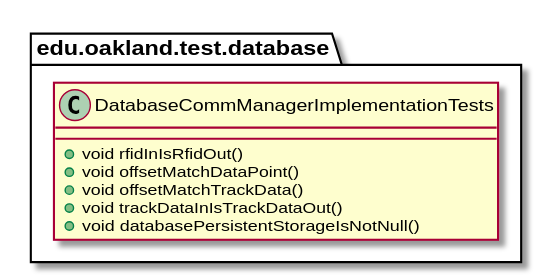
This is docs/uml-class-diagrams/database/test/DatabaseCommManagerImplementationTests/DatabaseCommManagerImplementationTests.svg from andrewdimmer/csi-3370-software-project, a PlantUML export, as it was before one commit. Its diagram source:
```plantuml
@startuml DatabaseCommManagerImplementationTests

package edu.oakland.test.database {
    class DatabaseCommManagerImplementationTests {
        + void rfidInIsRfidOut()
        + void offsetMatchDataPoint()
        + void offsetMatchTrackData()
        + void trackDataInIsTrackDataOut()
        + void databasePersistentStorageIsNotNull()
    }
}

@enduml
```
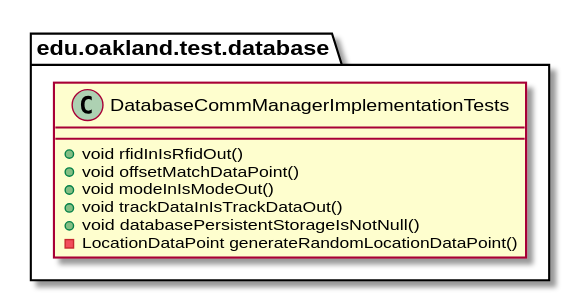
Above is the later version.

Change to the diagram source:
```diff
@@ -4,9 +4,10 @@
     class DatabaseCommManagerImplementationTests {
         + void rfidInIsRfidOut()
         + void offsetMatchDataPoint()
-        + void offsetMatchTrackData()
+        + void modeInIsModeOut()
         + void trackDataInIsTrackDataOut()
         + void databasePersistentStorageIsNotNull()
+        - LocationDataPoint generateRandomLocationDataPoint()
     }
 }
 
```
